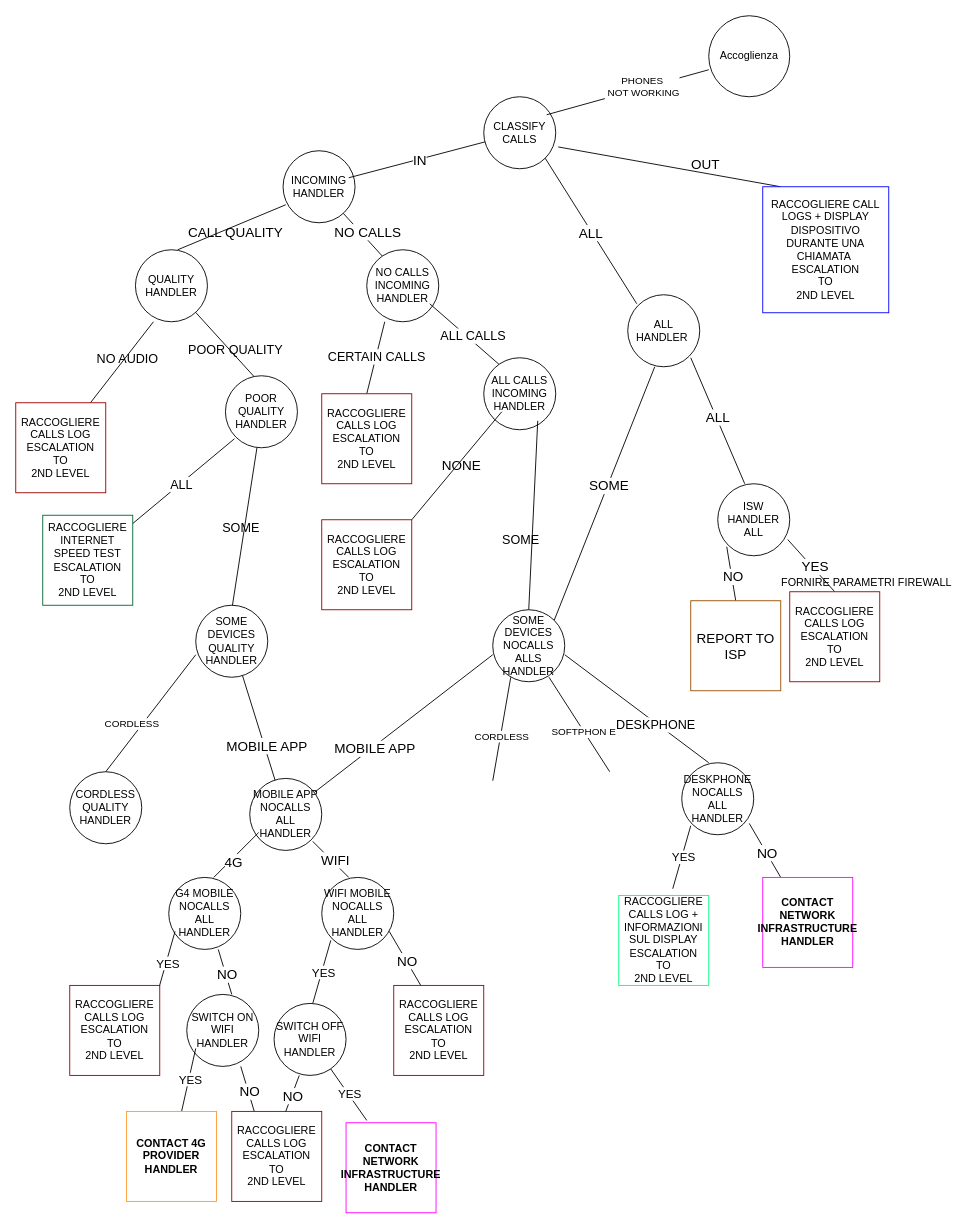
The draw.io diagram Diagramma senza titolo.drawio in gormitiliberi/serverless-rag-demo, before the edit. Source tidied: cells renumbered, new cells numbered last; positions are measured from the earlier drawing's top-left corner, leaving out a move shared by most shapes. Both pictures are drawn from the tidied source at 90%, with x=0, y=0 at pixel (15, 15).
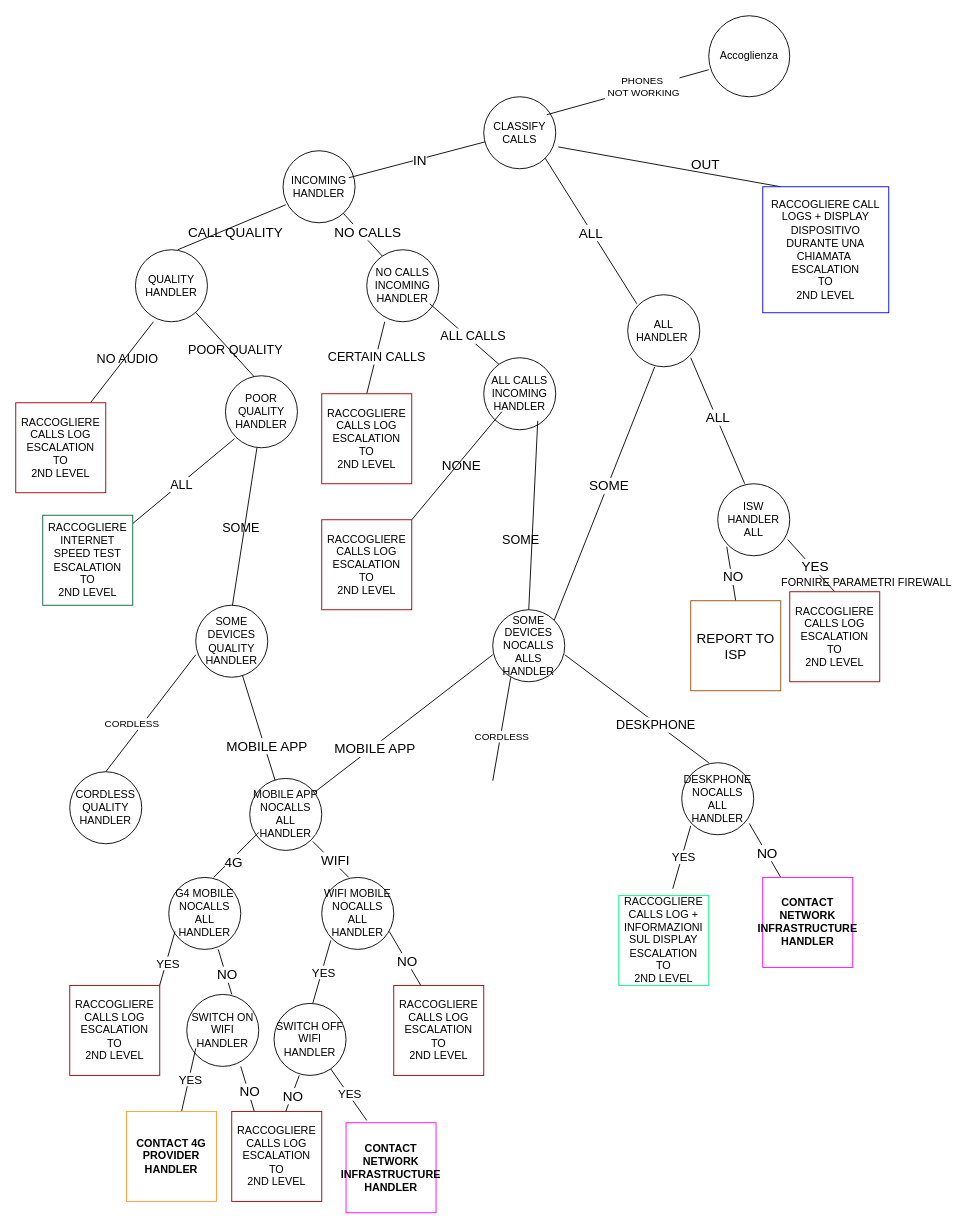
The same diagram, later.

The edit, as a diff of the source:
```diff
@@
-    <mxCell id="61" style="endArrow=none;html=1;rounded=0;" parent="1" edge="1">
-      <mxGeometry relative="1" as="geometry">
-        <mxPoint x="660" y="840" as="sourcePoint" />
-        <mxPoint x="592.5" y="735" as="targetPoint" />
-      </mxGeometry>
-    </mxCell>
-    <mxCell id="62" value="SOFTPHON E" style="edgeLabel;html=1;align=center;verticalAlign=middle;" parent="61" vertex="1">
-      <mxGeometry x="-0.15" y="1" relative="1" as="geometry" />
-    </mxCell>
```
